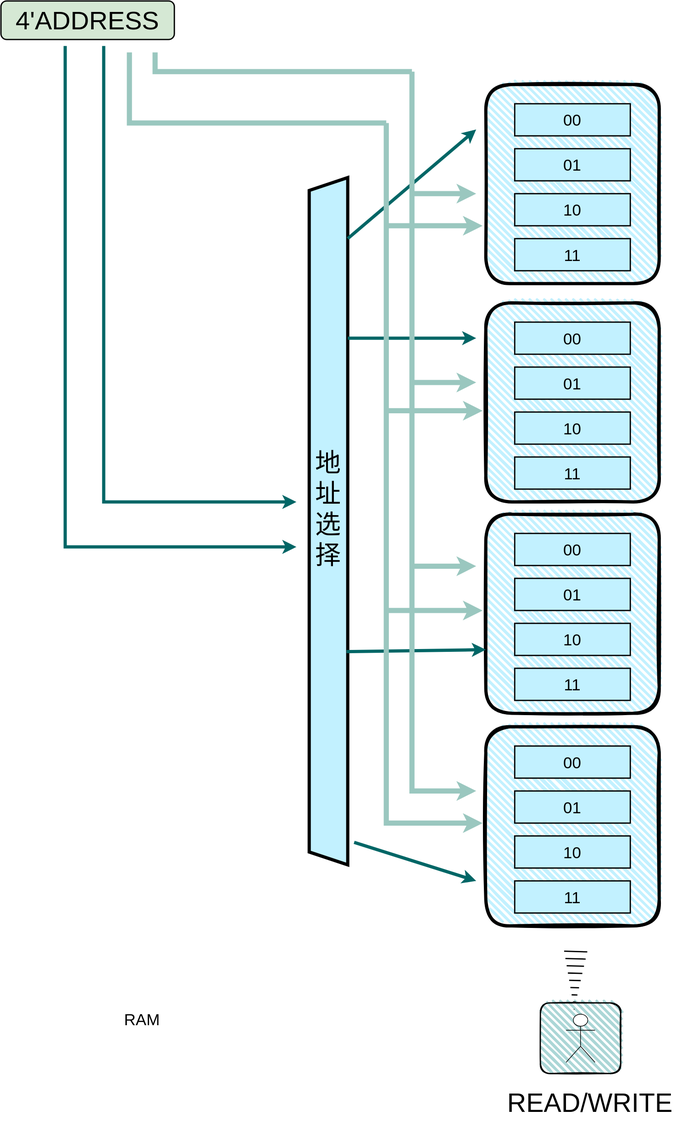
This is humanmachine/RAM.drawio.svg from Raspberry-NQ/human-8bit-CPU, a draw.io export, as it was before one commit. Source tidied: cells renumbered, new cells last; positions are measured from the earlier drawing's top-left corner, leaving out a move shared by most shapes.
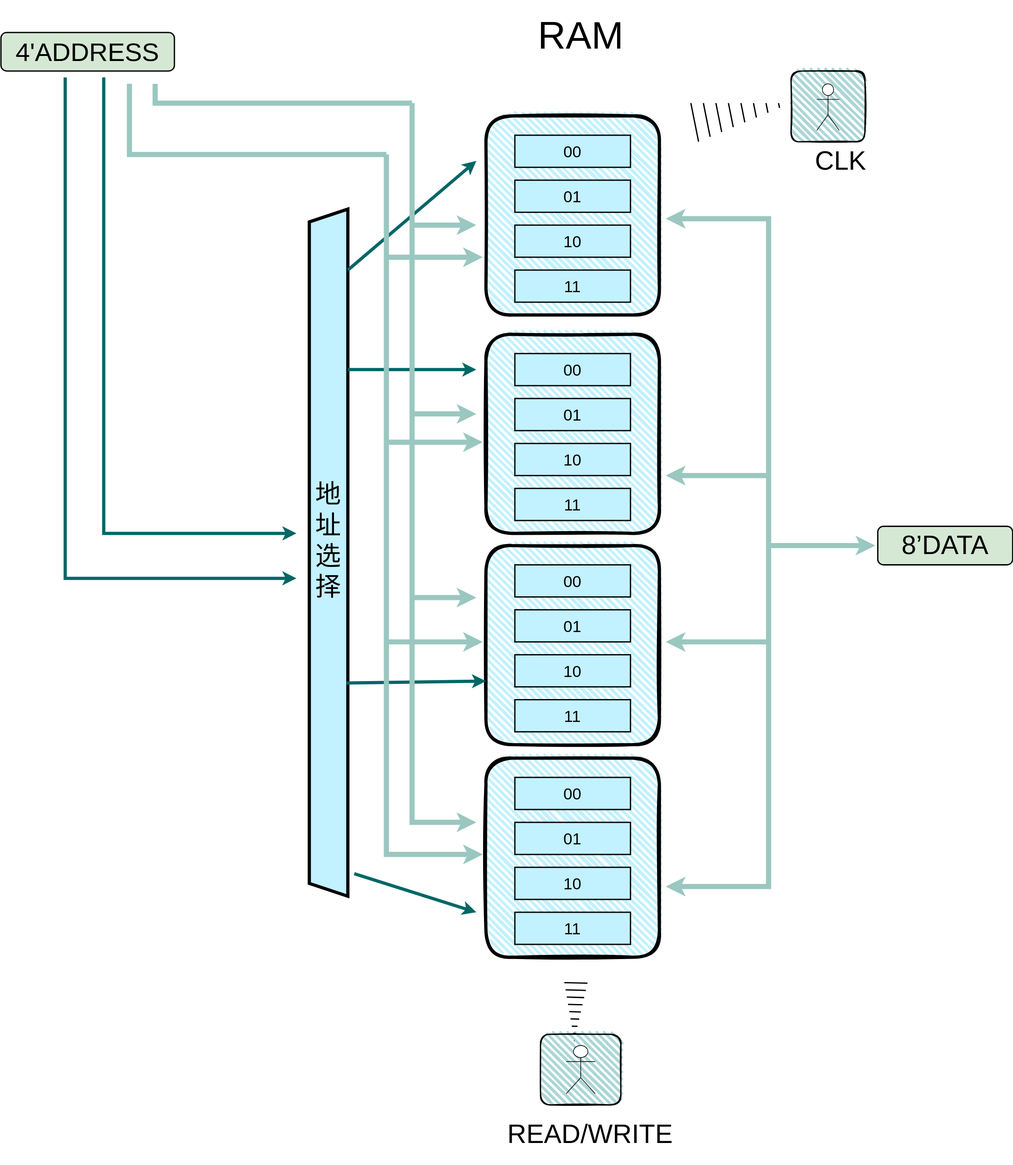
After the change.

Diff of the diagram source:
```diff
@@ -2,8 +2,8 @@
   <root>
     <mxCell id="0" />
     <mxCell id="1" parent="0" />
-    <mxCell id="2" value="&lt;font style=&quot;font-size: 25px&quot;&gt;RAM&lt;/font&gt;" style="text;html=1;strokeColor=none;fillColor=none;align=center;verticalAlign=middle;whiteSpace=wrap;rounded=0;" parent="1" vertex="1">
-      <mxGeometry x="140" y="1570" width="210" height="30" as="geometry" />
+    <mxCell id="2" value="&lt;font style=&quot;font-size: 60px&quot;&gt;RAM&lt;/font&gt;" style="text;html=1;strokeColor=none;fillColor=none;align=center;verticalAlign=middle;whiteSpace=wrap;rounded=0;" parent="1" vertex="1">
+      <mxGeometry x="822.5" y="-50" width="210" height="110" as="geometry" />
     </mxCell>
     <mxCell id="3" style="rounded=1;whiteSpace=wrap;html=1;strokeWidth=5;fillWeight=4;hachureGap=8;hachureAngle=45;fillColor=#C2F1FF;sketch=1;fontSize=25;fillStyle=hachure;" parent="1" vertex="1">
       <mxGeometry x="780" y="130" width="270" height="310" as="geometry" />
@@ -203,5 +203,59 @@
     <mxCell id="45" value="&lt;font style=&quot;font-size: 41px&quot;&gt;READ/WRITE&lt;/font&gt;" style="text;html=1;strokeColor=none;fillColor=none;align=center;verticalAlign=middle;whiteSpace=wrap;rounded=0;fillStyle=hachure;fontSize=24;" parent="1" vertex="1">
       <mxGeometry x="800" y="1670" width="285" height="92.5" as="geometry" />
     </mxCell>
+    <mxCell id="46" style="endArrow=classic;html=1;rounded=0;fontSize=41;endSize=5;strokeColor=#9AC7BF;strokeWidth=8;" parent="1" edge="1">
+      <mxGeometry relative="1" as="geometry">
+        <mxPoint x="1220" y="799" as="sourcePoint" />
+        <mxPoint x="1386" y="799" as="targetPoint" />
+      </mxGeometry>
+    </mxCell>
+    <mxCell id="47" value="8’DATA" style="rounded=1;whiteSpace=wrap;html=1;fontSize=41;strokeWidth=2;fillColor=#D5E8D4;" parent="1" vertex="1">
+      <mxGeometry x="1390" y="769" width="210" height="60" as="geometry" />
+    </mxCell>
+    <mxCell id="48" style="endArrow=classic;html=1;rounded=0;fontSize=41;endSize=5;strokeColor=#9AC7BF;strokeWidth=8;" parent="1" edge="1">
+      <mxGeometry relative="1" as="geometry">
+        <mxPoint x="1220" y="800" as="sourcePoint" />
+        <mxPoint x="1060" y="290" as="targetPoint" />
+        <Array as="points">
+          <mxPoint x="1220" y="290" />
+        </Array>
+      </mxGeometry>
+    </mxCell>
+    <mxCell id="49" style="endArrow=classic;html=1;rounded=0;fontSize=41;endSize=5;strokeColor=#9AC7BF;strokeWidth=8;" parent="1" edge="1">
+      <mxGeometry relative="1" as="geometry">
+        <mxPoint x="1220" y="800" as="sourcePoint" />
+        <mxPoint x="1060" y="1330" as="targetPoint" />
+        <Array as="points">
+          <mxPoint x="1220" y="1330" />
+        </Array>
+      </mxGeometry>
+    </mxCell>
+    <mxCell id="50" style="endArrow=classic;html=1;rounded=0;fontSize=41;endSize=5;strokeColor=#9AC7BF;strokeWidth=8;" parent="1" edge="1">
+      <mxGeometry relative="1" as="geometry">
+        <mxPoint x="1220" y="690" as="sourcePoint" />
+        <mxPoint x="1060" y="690" as="targetPoint" />
+      </mxGeometry>
+    </mxCell>
+    <mxCell id="51" style="endArrow=classic;html=1;rounded=0;fontSize=41;endSize=5;strokeColor=#9AC7BF;strokeWidth=8;" parent="1" edge="1">
+      <mxGeometry relative="1" as="geometry">
+        <mxPoint x="1220" y="949" as="sourcePoint" />
+        <mxPoint x="1060" y="949" as="targetPoint" />
+      </mxGeometry>
+    </mxCell>
+    <mxCell id="52" style="rounded=1;whiteSpace=wrap;html=1;strokeWidth=2;fillWeight=4;hachureGap=8;hachureAngle=45;fillColor=#ABD6D6;sketch=1;fillStyle=hachure;fontSize=24;" parent="1" vertex="1">
+      <mxGeometry x="1255" y="60" width="115" height="110" as="geometry" />
+    </mxCell>
+    <mxCell id="53" style="shape=mxgraph.arrows2.wedgeArrowDashed;html=1;rounded=0;fontSize=24;strokeWidth=2;" parent="1" edge="1">
+      <mxGeometry relative="1" as="geometry">
+        <mxPoint x="1105" y="140" as="sourcePoint" />
+        <mxPoint x="1255" y="110" as="targetPoint" />
+      </mxGeometry>
+    </mxCell>
+    <mxCell id="54" style="shape=umlActor;verticalLabelPosition=bottom;verticalAlign=top;html=1;fontSize=24;fillColor=#FFFFFF;" parent="1" vertex="1">
+      <mxGeometry x="1295" y="80" width="35" height="72.5" as="geometry" />
+    </mxCell>
+    <mxCell id="55" value="&lt;font style=&quot;font-size: 41px&quot;&gt;CLK&lt;/font&gt;" style="text;html=1;strokeColor=none;fillColor=none;align=center;verticalAlign=middle;whiteSpace=wrap;rounded=0;fillStyle=hachure;fontSize=24;" parent="1" vertex="1">
+      <mxGeometry x="1190" y="170" width="285" height="60" as="geometry" />
+    </mxCell>
   </root>
 </mxGraphModel>
```
